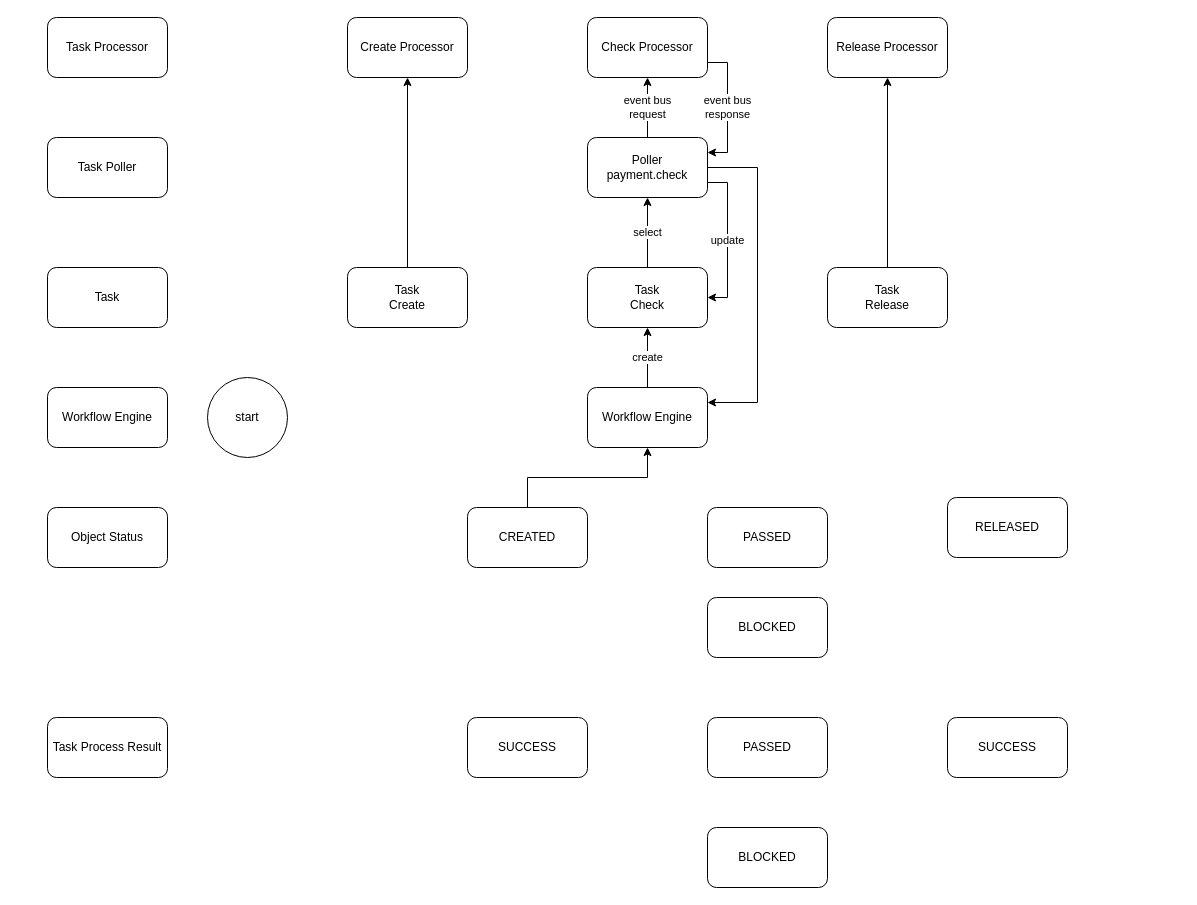
colinzhu/colinzhu.github.io keeps this draw.io diagram as workflow-engine.drawio. Above is the earlier version. Source tidied: cells renumbered, new cells numbered last; positions are measured from the earlier drawing's top-left corner, leaving out a move shared by most shapes. Both pictures are drawn from the tidied source at 100%, with x=0, y=0 at pixel (47, 17).
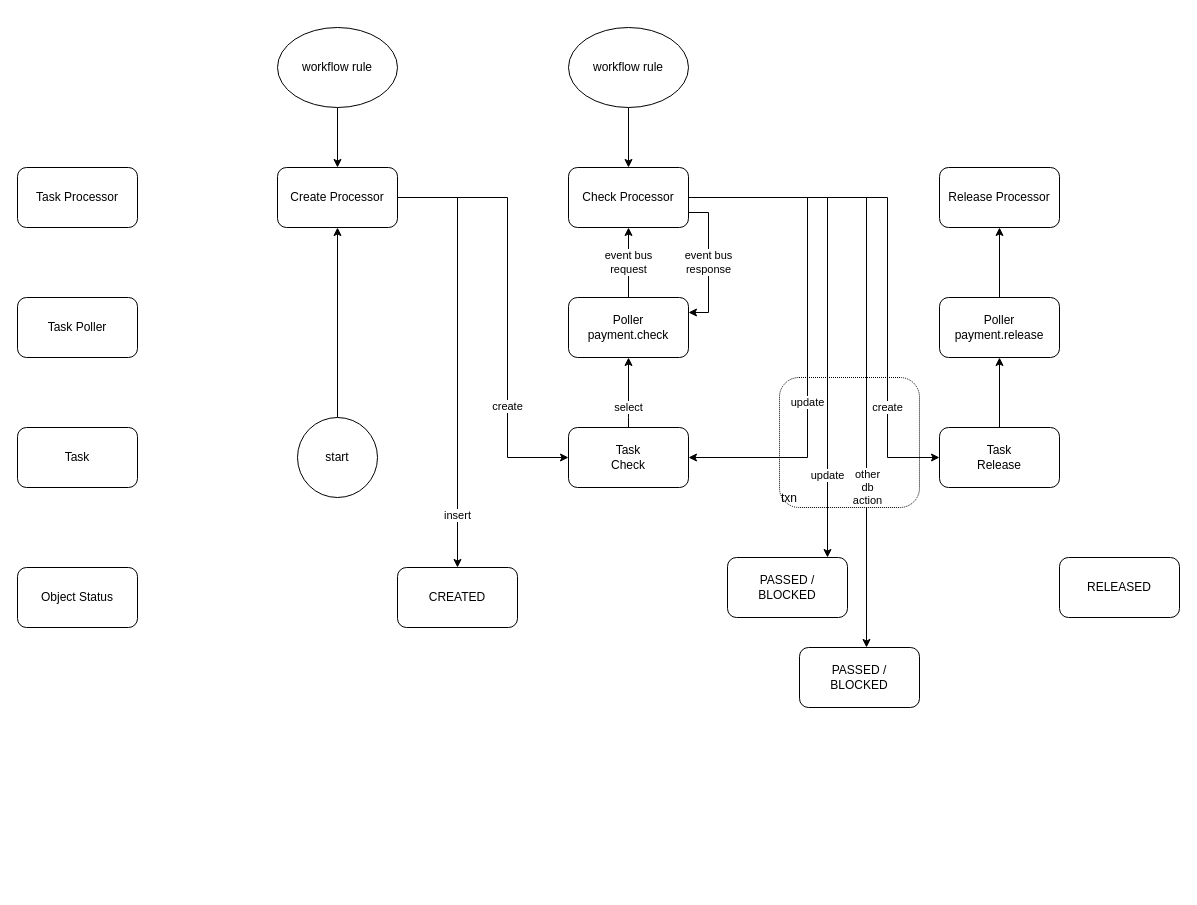
After the change.

What changed in the source:
```diff
@@
-    <mxCell id="2" style="edgeStyle=orthogonalEdgeStyle;rounded=0;jettySize=auto;html=1;" parent="1" edge="1" source="3" target="20">
+    <mxCell id="2" style="edgeStyle=orthogonalEdgeStyle;rounded=0;jettySize=auto;html=1;" parent="1" edge="1" source="31" target="20">
       <mxGeometry relative="1" as="geometry" />
     </mxCell>
-    <mxCell id="3" value="Task&lt;br&gt;Create" style="rounded=1;whiteSpace=wrap;html=1;" parent="1" vertex="1">
-      <mxGeometry x="300" y="250" width="120" height="60" as="geometry" />
-    </mxCell>
     <mxCell id="4" value="select" style="edgeStyle=orthogonalEdgeStyle;rounded=0;jettySize=auto;html=1;entryX=0.5;entryY=1;entryDx=0;entryDy=0;" parent="1" edge="1" source="5" target="29">
-      <mxGeometry relative="1" as="geometry" />
+      <mxGeometry x="-0.43" relative="1" as="geometry">
+        <Array as="points">
+          <mxPoint x="581" y="400" />
+          <mxPoint x="581" y="400" />
+        </Array>
+      </mxGeometry>
     </mxCell>
     <mxCell id="5" value="Task&lt;br&gt;Check" style="rounded=1;whiteSpace=wrap;html=1;" parent="1" vertex="1">
-      <mxGeometry x="540" y="250" width="120" height="60" as="geometry" />
+      <mxGeometry x="521" y="410" width="120" height="60" as="geometry" />
     </mxCell>
-    <mxCell id="6" style="edgeStyle=orthogonalEdgeStyle;rounded=0;jettySize=auto;html=1;" parent="1" edge="1" source="7" target="23">
+    <mxCell id="6" style="edgeStyle=orthogonalEdgeStyle;rounded=0;jettySize=auto;html=1;" parent="1" edge="1" source="38" target="23">
       <mxGeometry relative="1" as="geometry" />
     </mxCell>
     <mxCell id="7" value="Task&lt;br&gt;Release" style="rounded=1;whiteSpace=wrap;html=1;" parent="1" vertex="1">
-      <mxGeometry x="780" y="250" width="120" height="60" as="geometry" />
+      <mxGeometry x="892" y="410" width="120" height="60" as="geometry" />
     </mxCell>
-    <mxCell id="8" value="SUCCESS" style="whiteSpace=wrap;html=1;rounded=1;" parent="1" vertex="1">
-      <mxGeometry x="420" y="700" width="120" height="60" as="geometry" />
-    </mxCell>
-    <mxCell id="9" value="PASSED" style="whiteSpace=wrap;html=1;rounded=1;" parent="1" vertex="1">
-      <mxGeometry x="660" y="700" width="120" height="60" as="geometry" />
-    </mxCell>
-    <mxCell id="10" value="BLOCKED" style="whiteSpace=wrap;html=1;rounded=1;" parent="1" vertex="1">
-      <mxGeometry x="660" y="810" width="120" height="60" as="geometry" />
-    </mxCell>
-    <mxCell id="11" value="SUCCESS" style="whiteSpace=wrap;html=1;rounded=1;" parent="1" vertex="1">
-      <mxGeometry x="900" y="700" width="120" height="60" as="geometry" />
-    </mxCell>
-    <mxCell id="12" style="edgeStyle=orthogonalEdgeStyle;rounded=0;jettySize=auto;html=1;" parent="1" edge="1" source="13" target="33">
-      <mxGeometry relative="1" as="geometry" />
-    </mxCell>
     <mxCell id="13" value="CREATED" style="whiteSpace=wrap;html=1;rounded=1;" parent="1" vertex="1">
-      <mxGeometry x="420" y="490" width="120" height="60" as="geometry" />
+      <mxGeometry x="350" y="550" width="120" height="60" as="geometry" />
     </mxCell>
-    <mxCell id="14" value="PASSED" style="whiteSpace=wrap;html=1;rounded=1;" parent="1" vertex="1">
-      <mxGeometry x="660" y="490" width="120" height="60" as="geometry" />
+    <mxCell id="14" value="PASSED / &lt;br&gt;BLOCKED" style="whiteSpace=wrap;html=1;rounded=1;" parent="1" vertex="1">
+      <mxGeometry x="680" y="540" width="120" height="60" as="geometry" />
     </mxCell>
-    <mxCell id="15" value="BLOCKED" style="whiteSpace=wrap;html=1;rounded=1;" parent="1" vertex="1">
-      <mxGeometry x="660" y="580" width="120" height="60" as="geometry" />
-    </mxCell>
     <mxCell id="16" value="RELEASED" style="whiteSpace=wrap;html=1;rounded=1;" parent="1" vertex="1">
-      <mxGeometry x="900" y="480" width="120" height="60" as="geometry" />
+      <mxGeometry x="1012" y="540" width="120" height="60" as="geometry" />
     </mxCell>
     <mxCell id="17" value="Task" style="rounded=1;whiteSpace=wrap;html=1;" parent="1" vertex="1">
-      <mxGeometry y="250" width="120" height="60" as="geometry" />
+      <mxGeometry x="-30" y="410" width="120" height="60" as="geometry" />
     </mxCell>
-    <mxCell id="18" value="Task Process Result" style="rounded=1;whiteSpace=wrap;html=1;" parent="1" vertex="1">
-      <mxGeometry y="700" width="120" height="60" as="geometry" />
-    </mxCell>
     <mxCell id="19" value="Object Status" style="rounded=1;whiteSpace=wrap;html=1;" parent="1" vertex="1">
-      <mxGeometry y="490" width="120" height="60" as="geometry" />
+      <mxGeometry x="-30" y="550" width="120" height="60" as="geometry" />
     </mxCell>
+    <mxCell id="32" value="create" style="edgeStyle=orthogonalEdgeStyle;rounded=0;jettySize=auto;html=1;entryX=0;entryY=0.5;entryDx=0;entryDy=0;" parent="1" edge="1" source="20" target="5">
+      <mxGeometry x="0.48" relative="1" as="geometry">
+        <Array as="points">
+          <mxPoint x="460" y="180" />
+          <mxPoint x="460" y="440" />
+        </Array>
+      </mxGeometry>
+    </mxCell>
+    <mxCell id="34" value="insert" style="edgeStyle=orthogonalEdgeStyle;rounded=0;jettySize=auto;html=1;entryX=0.5;entryY=0;entryDx=0;entryDy=0;" parent="1" edge="1" source="20" target="13">
+      <mxGeometry x="0.76" relative="1" as="geometry">
+        <Array as="points">
+          <mxPoint x="410" y="180" />
+        </Array>
+      </mxGeometry>
+    </mxCell>
     <mxCell id="20" value="Create Processor" style="rounded=1;whiteSpace=wrap;html=1;" parent="1" vertex="1">
-      <mxGeometry x="300" width="120" height="60" as="geometry" />
+      <mxGeometry x="230" y="150" width="120" height="60" as="geometry" />
     </mxCell>
@@
+    <mxCell id="35" value="other&lt;br&gt;db&lt;br&gt;action" style="edgeStyle=orthogonalEdgeStyle;rounded=0;jettySize=auto;html=1;exitX=1;exitY=0.5;exitDx=0;exitDy=0;" parent="1" edge="1" source="22">
+      <mxGeometry x="0.49" y="1" relative="1" as="geometry">
+        <mxPoint x="819" y="630" as="targetPoint" />
+        <Array as="points">
+          <mxPoint x="819" y="180" />
+        </Array>
+      </mxGeometry>
+    </mxCell>
     <mxCell id="22" value="Check Processor" style="rounded=1;whiteSpace=wrap;html=1;" parent="1" vertex="1">
-      <mxGeometry x="540" width="120" height="60" as="geometry" />
+      <mxGeometry x="521" y="150" width="120" height="60" as="geometry" />
     </mxCell>
     <mxCell id="23" value="Release Processor" style="rounded=1;whiteSpace=wrap;html=1;" parent="1" vertex="1">
-      <mxGeometry x="780" width="120" height="60" as="geometry" />
+      <mxGeometry x="892" y="150" width="120" height="60" as="geometry" />
     </mxCell>
     <mxCell id="24" value="Task Processor" style="rounded=1;whiteSpace=wrap;html=1;" parent="1" vertex="1">
-      <mxGeometry width="120" height="60" as="geometry" />
+      <mxGeometry x="-30" y="150" width="120" height="60" as="geometry" />
     </mxCell>
     <mxCell id="25" value="Task Poller" style="rounded=1;whiteSpace=wrap;html=1;" parent="1" vertex="1">
-      <mxGeometry y="120" width="120" height="60" as="geometry" />
+      <mxGeometry x="-30" y="280" width="120" height="60" as="geometry" />
     </mxCell>
@@
-    <mxCell id="27" value="update" style="edgeStyle=orthogonalEdgeStyle;rounded=0;jettySize=auto;html=1;entryX=1;entryY=0.5;entryDx=0;entryDy=0;exitX=1;exitY=0.75;exitDx=0;exitDy=0;" parent="1" edge="1" source="29" target="5">
-      <mxGeometry relative="1" as="geometry" />
+    <mxCell id="27" value="update" style="edgeStyle=orthogonalEdgeStyle;rounded=0;jettySize=auto;html=1;entryX=1;entryY=0.5;entryDx=0;entryDy=0;exitX=1;exitY=0.5;exitDx=0;exitDy=0;" parent="1" edge="1" source="22" target="5">
+      <mxGeometry x="0.3" relative="1" as="geometry">
+        <Array as="points">
+          <mxPoint x="760" y="180" />
+          <mxPoint x="760" y="440" />
+        </Array>
+      </mxGeometry>
     </mxCell>
-    <mxCell id="28" style="edgeStyle=orthogonalEdgeStyle;rounded=0;jettySize=auto;html=1;entryX=1;entryY=0.25;entryDx=0;entryDy=0;exitX=1;exitY=0.5;exitDx=0;exitDy=0;" parent="1" edge="1" source="29" target="33">
-      <mxGeometry relative="1" as="geometry">
+    <mxCell id="28" value="create" style="edgeStyle=orthogonalEdgeStyle;rounded=0;jettySize=auto;html=1;exitX=1;exitY=0.5;exitDx=0;exitDy=0;" parent="1" edge="1" source="22" target="7">
+      <mxGeometry x="0.6" relative="1" as="geometry">
         <Array as="points">
-          <mxPoint x="710" y="150" />
-          <mxPoint x="710" y="385" />
+          <mxPoint x="840" y="180" />
+          <mxPoint x="840" y="440" />
         </Array>
       </mxGeometry>
     </mxCell>
+    <mxCell id="36" value="update" style="edgeStyle=orthogonalEdgeStyle;rounded=0;jettySize=auto;html=1;" parent="1" edge="1" source="22" target="14">
+      <mxGeometry x="0.67" relative="1" as="geometry">
+        <Array as="points">
+          <mxPoint x="780" y="180" />
+        </Array>
+      </mxGeometry>
+    </mxCell>
     <mxCell id="29" value="Poller&lt;br&gt;payment.check" style="rounded=1;whiteSpace=wrap;html=1;" parent="1" vertex="1">
-      <mxGeometry x="540" y="120" width="120" height="60" as="geometry" />
+      <mxGeometry x="521" y="280" width="120" height="60" as="geometry" />
     </mxCell>
-    <mxCell id="30" value="Workflow Engine" style="rounded=1;whiteSpace=wrap;html=1;" parent="1" vertex="1">
-      <mxGeometry y="370" width="120" height="60" as="geometry" />
-    </mxCell>
+    <mxCell id="37" style="edgeStyle=orthogonalEdgeStyle;rounded=0;jettySize=auto;html=1;" parent="1" edge="1" source="7" target="38">
+      <mxGeometry relative="1" as="geometry" />
+    </mxCell>
+    <mxCell id="38" value="Poller&lt;br&gt;payment.release" style="rounded=1;whiteSpace=wrap;html=1;" parent="1" vertex="1">
+      <mxGeometry x="892" y="280" width="120" height="60" as="geometry" />
+    </mxCell>
+    <mxCell id="39" style="edgeStyle=orthogonalEdgeStyle;rounded=0;jettySize=auto;html=1;" parent="1" edge="1" source="40" target="22">
+      <mxGeometry relative="1" as="geometry" />
+    </mxCell>
+    <mxCell id="40" value="workflow rule" style="ellipse;whiteSpace=wrap;html=1;" parent="1" vertex="1">
+      <mxGeometry x="521" y="10" width="120" height="80" as="geometry" />
+    </mxCell>
+    <mxCell id="41" style="edgeStyle=orthogonalEdgeStyle;rounded=0;jettySize=auto;html=1;" parent="1" edge="1" source="42" target="20">
+      <mxGeometry relative="1" as="geometry" />
+    </mxCell>
+    <mxCell id="42" value="workflow rule" style="ellipse;whiteSpace=wrap;html=1;" parent="1" vertex="1">
+      <mxGeometry x="230" y="10" width="120" height="80" as="geometry" />
+    </mxCell>
+    <mxCell id="43" value="txn" style="rounded=1;whiteSpace=wrap;html=1;dashed=1;dashPattern=1 1;fillColor=none;align=left;verticalAlign=bottom;" parent="1" vertex="1">
+      <mxGeometry x="732" y="360" width="140" height="130" as="geometry" />
+    </mxCell>
     <mxCell id="31" value="start" style="ellipse;whiteSpace=wrap;html=1;" parent="1" vertex="1">
-      <mxGeometry x="160" y="360" width="80" height="80" as="geometry" />
+      <mxGeometry x="250" y="400" width="80" height="80" as="geometry" />
     </mxCell>
-    <mxCell id="32" value="create" style="edgeStyle=orthogonalEdgeStyle;rounded=0;jettySize=auto;html=1;entryX=0.5;entryY=1;entryDx=0;entryDy=0;" parent="1" edge="1" source="33" target="5">
-      <mxGeometry relative="1" as="geometry" />
-    </mxCell>
-    <mxCell id="33" value="Workflow Engine" style="rounded=1;whiteSpace=wrap;html=1;" parent="1" vertex="1">
-      <mxGeometry x="540" y="370" width="120" height="60" as="geometry" />
-    </mxCell>
+    <mxCell id="44" value="PASSED / &lt;br&gt;BLOCKED" style="whiteSpace=wrap;html=1;rounded=1;" parent="1" vertex="1">
+      <mxGeometry x="752" y="630" width="120" height="60" as="geometry" />
+    </mxCell>
```
